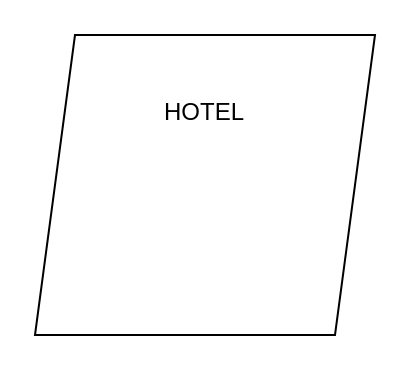
Before: Untitled Diagram.drawio in agu803eh/agu803eh, a draw.io diagram. Source tidied: cells renumbered, new cells numbered last; positions are measured from the earlier drawing's top-left corner, leaving out a move shared by most shapes. Both pictures are drawn from the tidied source at 200%, with x=0, y=0 at pixel (34, 34).
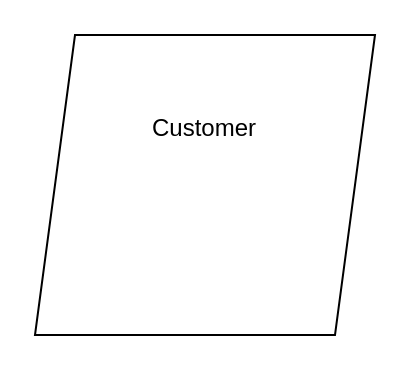
The same page after the edit.

The edit, as a diff of the source:
```diff
@@
 <mxGraphModel>
   <root>
     <mxCell id="0" />
     <mxCell id="1" parent="0" />
-    <mxCell id="2" value="HOTEL&lt;div&gt;&lt;br&gt;&lt;/div&gt;&lt;div&gt;&lt;br&gt;&lt;/div&gt;&lt;div&gt;&lt;br&gt;&lt;/div&gt;&lt;div&gt;&lt;br&gt;&lt;/div&gt;&lt;div&gt;&lt;br&gt;&lt;/div&gt;" style="shape=parallelogram;perimeter=parallelogramPerimeter;whiteSpace=wrap;html=1;fixedSize=1;" parent="1" vertex="1">
+    <mxCell id="2" value="&lt;div&gt;Customer&lt;/div&gt;&lt;div&gt;&lt;br&gt;&lt;/div&gt;&lt;div&gt;&lt;br&gt;&lt;/div&gt;&lt;div&gt;&lt;br&gt;&lt;/div&gt;&lt;div&gt;&lt;br&gt;&lt;/div&gt;" style="shape=parallelogram;perimeter=parallelogramPerimeter;whiteSpace=wrap;html=1;fixedSize=1;" parent="1" vertex="1">
       <mxGeometry width="170" height="150" as="geometry" />
     </mxCell>
   </root>
 </mxGraphModel>
```
